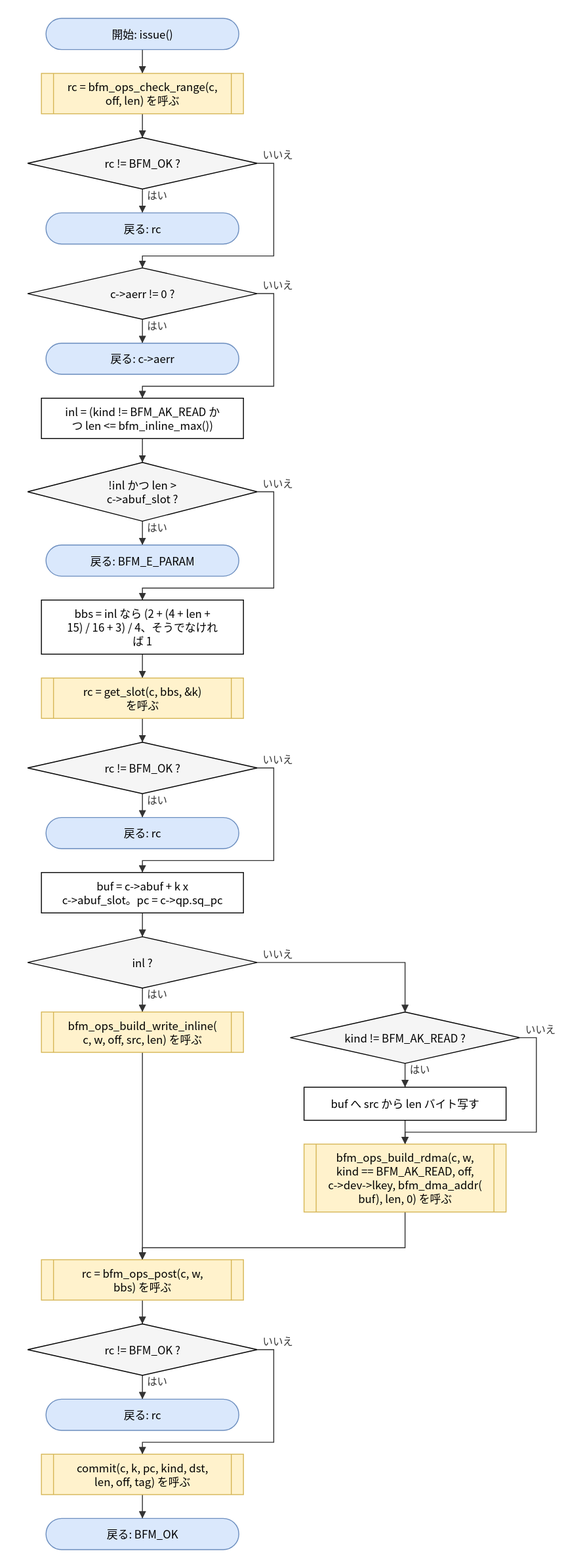
Above: doc/spec/images/flow_src_bfm_async-issue.drawio.svg in hf355051012-ai/bfmem (draw.io), before the change. Source tidied: cells renumbered, new cells last; positions are measured from the earlier drawing's top-left corner, leaving out a move shared by most shapes.
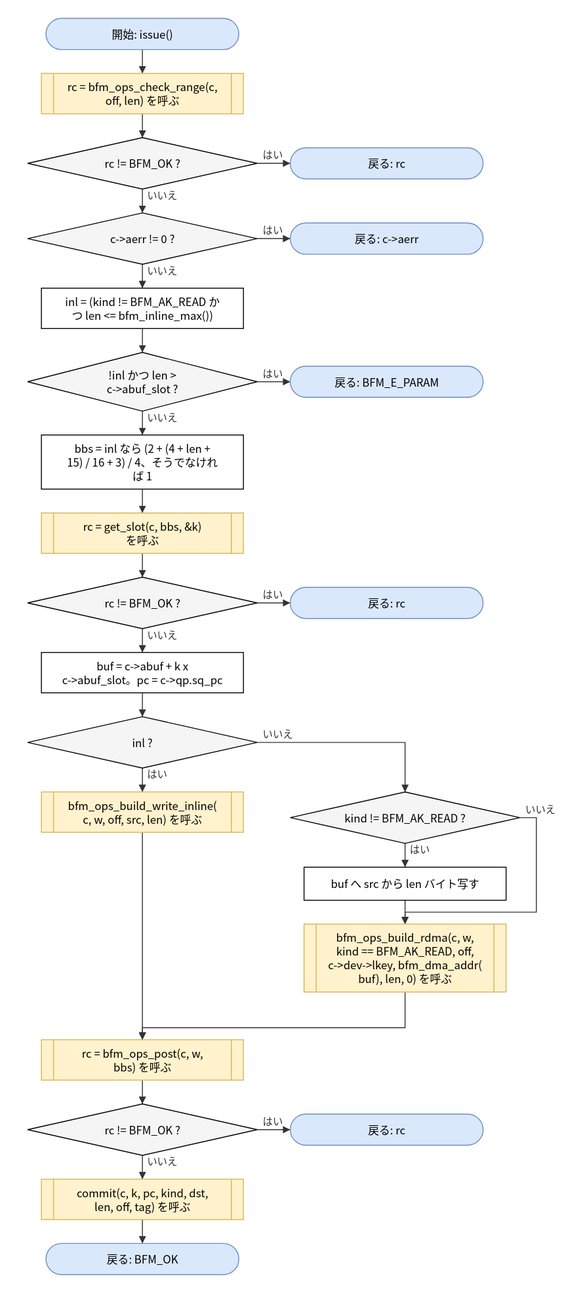
Above is the later version.

Diff of the diagram source:
```diff
@@ -12,67 +12,67 @@
       <mxGeometry y="130" width="250" height="56" as="geometry" />
     </mxCell>
     <mxCell id="5" value="戻る: rc" style="rounded=1;arcSize=50;whiteSpace=wrap;html=1;fillColor=#dae8fc;strokeColor=#6c8ebf;" parent="1" vertex="1">
-      <mxGeometry x="20" y="212" width="210" height="34" as="geometry" />
+      <mxGeometry x="286" y="141" width="210" height="34" as="geometry" />
     </mxCell>
     <mxCell id="6" value="c-&amp;gt;aerr != 0 ?" style="rhombus;whiteSpace=wrap;html=1;fillColor=#f5f5f5;" parent="1" vertex="1">
-      <mxGeometry y="272" width="250" height="56" as="geometry" />
+      <mxGeometry y="212" width="250" height="56" as="geometry" />
     </mxCell>
     <mxCell id="7" value="戻る: c-&amp;gt;aerr" style="rounded=1;arcSize=50;whiteSpace=wrap;html=1;fillColor=#dae8fc;strokeColor=#6c8ebf;" parent="1" vertex="1">
-      <mxGeometry x="20" y="354" width="210" height="34" as="geometry" />
+      <mxGeometry x="286" y="223" width="210" height="34" as="geometry" />
     </mxCell>
     <mxCell id="8" value="inl = (kind != BFM_AK_READ か&lt;br&gt;つ len &amp;lt;= bfm_inline_max())" style="rounded=0;whiteSpace=wrap;html=1;" parent="1" vertex="1">
-      <mxGeometry x="15" y="414" width="220" height="44" as="geometry" />
+      <mxGeometry x="15" y="294" width="220" height="44" as="geometry" />
     </mxCell>
     <mxCell id="9" value="!inl かつ len &amp;gt;&lt;br&gt;c-&amp;gt;abuf_slot ?" style="rhombus;whiteSpace=wrap;html=1;fillColor=#f5f5f5;" parent="1" vertex="1">
-      <mxGeometry y="484" width="250" height="64" as="geometry" />
+      <mxGeometry y="364" width="250" height="64" as="geometry" />
     </mxCell>
     <mxCell id="10" value="戻る: BFM_E_PARAM" style="rounded=1;arcSize=50;whiteSpace=wrap;html=1;fillColor=#dae8fc;strokeColor=#6c8ebf;" parent="1" vertex="1">
-      <mxGeometry x="20" y="574" width="210" height="34" as="geometry" />
+      <mxGeometry x="286" y="379" width="210" height="34" as="geometry" />
     </mxCell>
     <mxCell id="11" value="bbs = inl なら (2 + (4 + len +&lt;br&gt;15) / 16 + 3) / 4、そうでなけれ&lt;br&gt;ば 1" style="rounded=0;whiteSpace=wrap;html=1;" parent="1" vertex="1">
-      <mxGeometry x="15" y="634" width="220" height="59" as="geometry" />
+      <mxGeometry x="15" y="454" width="220" height="59" as="geometry" />
     </mxCell>
     <mxCell id="12" value="rc = get_slot(c, bbs, &amp;amp;k)&lt;br&gt;を呼ぶ" style="shape=process;whiteSpace=wrap;html=1;backgroundOutline=1;size=0.06;fillColor=#fff2cc;strokeColor=#d6b656;" parent="1" vertex="1">
-      <mxGeometry x="15" y="719" width="220" height="44" as="geometry" />
+      <mxGeometry x="15" y="539" width="220" height="44" as="geometry" />
     </mxCell>
     <mxCell id="13" value="rc != BFM_OK ?" style="rhombus;whiteSpace=wrap;html=1;fillColor=#f5f5f5;" parent="1" vertex="1">
-      <mxGeometry y="789" width="250" height="56" as="geometry" />
+      <mxGeometry y="609" width="250" height="56" as="geometry" />
     </mxCell>
     <mxCell id="14" value="戻る: rc" style="rounded=1;arcSize=50;whiteSpace=wrap;html=1;fillColor=#dae8fc;strokeColor=#6c8ebf;" parent="1" vertex="1">
-      <mxGeometry x="20" y="871" width="210" height="34" as="geometry" />
+      <mxGeometry x="286" y="620" width="210" height="34" as="geometry" />
     </mxCell>
     <mxCell id="15" value="buf = c-&amp;gt;abuf + k x&lt;br&gt;c-&amp;gt;abuf_slot。pc = c-&amp;gt;qp.sq_pc" style="rounded=0;whiteSpace=wrap;html=1;" parent="1" vertex="1">
-      <mxGeometry x="15" y="931" width="220" height="44" as="geometry" />
+      <mxGeometry x="15" y="691" width="220" height="44" as="geometry" />
     </mxCell>
     <mxCell id="16" value="inl ?" style="rhombus;whiteSpace=wrap;html=1;fillColor=#f5f5f5;" parent="1" vertex="1">
-      <mxGeometry y="1001" width="250" height="56" as="geometry" />
+      <mxGeometry y="761" width="250" height="56" as="geometry" />
     </mxCell>
     <mxCell id="17" value="bfm_ops_build_write_inline(&lt;br&gt;c, w, off, src, len) を呼ぶ" style="shape=process;whiteSpace=wrap;html=1;backgroundOutline=1;size=0.06;fillColor=#fff2cc;strokeColor=#d6b656;" parent="1" vertex="1">
-      <mxGeometry x="15" y="1083" width="220" height="44" as="geometry" />
+      <mxGeometry x="15" y="843" width="220" height="44" as="geometry" />
     </mxCell>
     <mxCell id="18" value="kind != BFM_AK_READ ?" style="rhombus;whiteSpace=wrap;html=1;fillColor=#f5f5f5;" parent="1" vertex="1">
-      <mxGeometry x="286" y="1083" width="250" height="56" as="geometry" />
+      <mxGeometry x="286" y="843" width="250" height="56" as="geometry" />
     </mxCell>
     <mxCell id="19" value="buf へ src から len バイト写す" style="rounded=0;whiteSpace=wrap;html=1;" parent="1" vertex="1">
-      <mxGeometry x="301" y="1165" width="220" height="36" as="geometry" />
+      <mxGeometry x="301" y="925" width="220" height="36" as="geometry" />
     </mxCell>
     <mxCell id="20" value="bfm_ops_build_rdma(c, w,&lt;br&gt;kind == BFM_AK_READ, off,&lt;br&gt;c-&amp;gt;dev-&amp;gt;lkey, bfm_dma_addr(&lt;br&gt;buf), len, 0) を呼ぶ" style="shape=process;whiteSpace=wrap;html=1;backgroundOutline=1;size=0.06;fillColor=#fff2cc;strokeColor=#d6b656;" parent="1" vertex="1">
-      <mxGeometry x="301" y="1227" width="220" height="74" as="geometry" />
+      <mxGeometry x="301" y="987" width="220" height="74" as="geometry" />
     </mxCell>
     <mxCell id="21" value="rc = bfm_ops_post(c, w,&lt;br&gt;bbs) を呼ぶ" style="shape=process;whiteSpace=wrap;html=1;backgroundOutline=1;size=0.06;fillColor=#fff2cc;strokeColor=#d6b656;" parent="1" vertex="1">
-      <mxGeometry x="15" y="1353" width="220" height="44" as="geometry" />
+      <mxGeometry x="15" y="1113" width="220" height="44" as="geometry" />
     </mxCell>
     <mxCell id="22" value="rc != BFM_OK ?" style="rhombus;whiteSpace=wrap;html=1;fillColor=#f5f5f5;" parent="1" vertex="1">
-      <mxGeometry y="1423" width="250" height="56" as="geometry" />
+      <mxGeometry y="1183" width="250" height="56" as="geometry" />
     </mxCell>
     <mxCell id="23" value="戻る: rc" style="rounded=1;arcSize=50;whiteSpace=wrap;html=1;fillColor=#dae8fc;strokeColor=#6c8ebf;" parent="1" vertex="1">
-      <mxGeometry x="20" y="1505" width="210" height="34" as="geometry" />
+      <mxGeometry x="286" y="1194" width="210" height="34" as="geometry" />
     </mxCell>
     <mxCell id="24" value="commit(c, k, pc, kind, dst,&lt;br&gt;len, off, tag) を呼ぶ" style="shape=process;whiteSpace=wrap;html=1;backgroundOutline=1;size=0.06;fillColor=#fff2cc;strokeColor=#d6b656;" parent="1" vertex="1">
-      <mxGeometry x="15" y="1565" width="220" height="44" as="geometry" />
+      <mxGeometry x="15" y="1265" width="220" height="44" as="geometry" />
     </mxCell>
     <mxCell id="25" value="戻る: BFM_OK" style="rounded=1;arcSize=50;whiteSpace=wrap;html=1;fillColor=#dae8fc;strokeColor=#6c8ebf;" parent="1" vertex="1">
-      <mxGeometry x="20" y="1635" width="210" height="34" as="geometry" />
+      <mxGeometry x="20" y="1335" width="210" height="34" as="geometry" />
     </mxCell>
     <mxCell id="26" style="edgeStyle=none;html=1;rounded=0;endArrow=block;endFill=1;exitX=0.5000;exitY=1.0000;exitDx=0;exitDy=0;exitPerimeter=0;entryX=0.5000;entryY=0.0000;entryDx=0;entryDy=0;entryPerimeter=0;" parent="1" edge="1" source="2" target="3">
       <mxGeometry relative="1" as="geometry" />
@@ -80,44 +80,26 @@
     <mxCell id="27" style="edgeStyle=none;html=1;rounded=0;endArrow=block;endFill=1;exitX=0.5000;exitY=1.0000;exitDx=0;exitDy=0;exitPerimeter=0;entryX=0.5000;entryY=0.0000;entryDx=0;entryDy=0;entryPerimeter=0;" parent="1" edge="1" source="3" target="4">
       <mxGeometry relative="1" as="geometry" />
     </mxCell>
-    <mxCell id="28" value="はい" style="edgeStyle=none;html=1;rounded=0;endArrow=block;endFill=1;exitX=0.5000;exitY=1.0000;exitDx=0;exitDy=0;exitPerimeter=0;entryX=0.5000;entryY=0.0000;entryDx=0;entryDy=0;entryPerimeter=0;" parent="1" edge="1" source="4" target="5">
+    <mxCell id="28" value="はい" style="edgeStyle=none;html=1;rounded=0;endArrow=block;endFill=1;exitX=1.0000;exitY=0.5000;exitDx=0;exitDy=0;exitPerimeter=0;entryX=0.0000;entryY=0.5000;entryDx=0;entryDy=0;entryPerimeter=0;" parent="1" edge="1" source="4" target="5">
       <mxGeometry relative="1" as="geometry" />
     </mxCell>
-    <mxCell id="29" value="いいえ" style="edgeStyle=none;html=1;rounded=0;endArrow=block;endFill=1;exitX=1.0000;exitY=0.5000;exitDx=0;exitDy=0;exitPerimeter=0;entryX=0.5000;entryY=0.0000;entryDx=0;entryDy=0;entryPerimeter=0;" parent="1" edge="1" source="4" target="6">
-      <mxGeometry relative="1" as="geometry">
-        <Array as="points">
-          <mxPoint x="268" y="158" />
-          <mxPoint x="268" y="259" />
-          <mxPoint x="125" y="259" />
-        </Array>
-      </mxGeometry>
+    <mxCell id="29" value="いいえ" style="edgeStyle=none;html=1;rounded=0;endArrow=block;endFill=1;exitX=0.5000;exitY=1.0000;exitDx=0;exitDy=0;exitPerimeter=0;entryX=0.5000;entryY=0.0000;entryDx=0;entryDy=0;entryPerimeter=0;" parent="1" edge="1" source="4" target="6">
+      <mxGeometry relative="1" as="geometry" />
     </mxCell>
-    <mxCell id="30" value="はい" style="edgeStyle=none;html=1;rounded=0;endArrow=block;endFill=1;exitX=0.5000;exitY=1.0000;exitDx=0;exitDy=0;exitPerimeter=0;entryX=0.5000;entryY=0.0000;entryDx=0;entryDy=0;entryPerimeter=0;" parent="1" edge="1" source="6" target="7">
+    <mxCell id="30" value="はい" style="edgeStyle=none;html=1;rounded=0;endArrow=block;endFill=1;exitX=1.0000;exitY=0.5000;exitDx=0;exitDy=0;exitPerimeter=0;entryX=0.0000;entryY=0.5000;entryDx=0;entryDy=0;entryPerimeter=0;" parent="1" edge="1" source="6" target="7">
       <mxGeometry relative="1" as="geometry" />
     </mxCell>
-    <mxCell id="31" value="いいえ" style="edgeStyle=none;html=1;rounded=0;endArrow=block;endFill=1;exitX=1.0000;exitY=0.5000;exitDx=0;exitDy=0;exitPerimeter=0;entryX=0.5000;entryY=0.0000;entryDx=0;entryDy=0;entryPerimeter=0;" parent="1" edge="1" source="6" target="8">
-      <mxGeometry relative="1" as="geometry">
-        <Array as="points">
-          <mxPoint x="268" y="300" />
-          <mxPoint x="268" y="401" />
-          <mxPoint x="125" y="401" />
-        </Array>
-      </mxGeometry>
+    <mxCell id="31" value="いいえ" style="edgeStyle=none;html=1;rounded=0;endArrow=block;endFill=1;exitX=0.5000;exitY=1.0000;exitDx=0;exitDy=0;exitPerimeter=0;entryX=0.5000;entryY=0.0000;entryDx=0;entryDy=0;entryPerimeter=0;" parent="1" edge="1" source="6" target="8">
+      <mxGeometry relative="1" as="geometry" />
     </mxCell>
     <mxCell id="32" style="edgeStyle=none;html=1;rounded=0;endArrow=block;endFill=1;exitX=0.5000;exitY=1.0000;exitDx=0;exitDy=0;exitPerimeter=0;entryX=0.5000;entryY=0.0000;entryDx=0;entryDy=0;entryPerimeter=0;" parent="1" edge="1" source="8" target="9">
       <mxGeometry relative="1" as="geometry" />
     </mxCell>
-    <mxCell id="33" value="はい" style="edgeStyle=none;html=1;rounded=0;endArrow=block;endFill=1;exitX=0.5000;exitY=1.0000;exitDx=0;exitDy=0;exitPerimeter=0;entryX=0.5000;entryY=0.0000;entryDx=0;entryDy=0;entryPerimeter=0;" parent="1" edge="1" source="9" target="10">
+    <mxCell id="33" value="はい" style="edgeStyle=none;html=1;rounded=0;endArrow=block;endFill=1;exitX=1.0000;exitY=0.5000;exitDx=0;exitDy=0;exitPerimeter=0;entryX=0.0000;entryY=0.5000;entryDx=0;entryDy=0;entryPerimeter=0;" parent="1" edge="1" source="9" target="10">
       <mxGeometry relative="1" as="geometry" />
     </mxCell>
-    <mxCell id="34" value="いいえ" style="edgeStyle=none;html=1;rounded=0;endArrow=block;endFill=1;exitX=1.0000;exitY=0.5000;exitDx=0;exitDy=0;exitPerimeter=0;entryX=0.5000;entryY=0.0000;entryDx=0;entryDy=0;entryPerimeter=0;" parent="1" edge="1" source="9" target="11">
-      <mxGeometry relative="1" as="geometry">
-        <Array as="points">
-          <mxPoint x="268" y="516" />
-          <mxPoint x="268" y="621" />
-          <mxPoint x="125" y="621" />
-        </Array>
-      </mxGeometry>
+    <mxCell id="34" value="いいえ" style="edgeStyle=none;html=1;rounded=0;endArrow=block;endFill=1;exitX=0.5000;exitY=1.0000;exitDx=0;exitDy=0;exitPerimeter=0;entryX=0.5000;entryY=0.0000;entryDx=0;entryDy=0;entryPerimeter=0;" parent="1" edge="1" source="9" target="11">
+      <mxGeometry relative="1" as="geometry" />
     </mxCell>
     <mxCell id="35" style="edgeStyle=none;html=1;rounded=0;endArrow=block;endFill=1;exitX=0.5000;exitY=1.0000;exitDx=0;exitDy=0;exitPerimeter=0;entryX=0.5000;entryY=0.0000;entryDx=0;entryDy=0;entryPerimeter=0;" parent="1" edge="1" source="11" target="12">
       <mxGeometry relative="1" as="geometry" />
@@ -125,17 +107,11 @@
     <mxCell id="36" style="edgeStyle=none;html=1;rounded=0;endArrow=block;endFill=1;exitX=0.5000;exitY=1.0000;exitDx=0;exitDy=0;exitPerimeter=0;entryX=0.5000;entryY=0.0000;entryDx=0;entryDy=0;entryPerimeter=0;" parent="1" edge="1" source="12" target="13">
       <mxGeometry relative="1" as="geometry" />
     </mxCell>
-    <mxCell id="37" value="はい" style="edgeStyle=none;html=1;rounded=0;endArrow=block;endFill=1;exitX=0.5000;exitY=1.0000;exitDx=0;exitDy=0;exitPerimeter=0;entryX=0.5000;entryY=0.0000;entryDx=0;entryDy=0;entryPerimeter=0;" parent="1" edge="1" source="13" target="14">
+    <mxCell id="37" value="はい" style="edgeStyle=none;html=1;rounded=0;endArrow=block;endFill=1;exitX=1.0000;exitY=0.5000;exitDx=0;exitDy=0;exitPerimeter=0;entryX=0.0000;entryY=0.5000;entryDx=0;entryDy=0;entryPerimeter=0;" parent="1" edge="1" source="13" target="14">
       <mxGeometry relative="1" as="geometry" />
     </mxCell>
-    <mxCell id="38" value="いいえ" style="edgeStyle=none;html=1;rounded=0;endArrow=block;endFill=1;exitX=1.0000;exitY=0.5000;exitDx=0;exitDy=0;exitPerimeter=0;entryX=0.5000;entryY=0.0000;entryDx=0;entryDy=0;entryPerimeter=0;" parent="1" edge="1" source="13" target="15">
-      <mxGeometry relative="1" as="geometry">
-        <Array as="points">
-          <mxPoint x="268" y="817" />
-          <mxPoint x="268" y="918" />
-          <mxPoint x="125" y="918" />
-        </Array>
-      </mxGeometry>
+    <mxCell id="38" value="いいえ" style="edgeStyle=none;html=1;rounded=0;endArrow=block;endFill=1;exitX=0.5000;exitY=1.0000;exitDx=0;exitDy=0;exitPerimeter=0;entryX=0.5000;entryY=0.0000;entryDx=0;entryDy=0;entryPerimeter=0;" parent="1" edge="1" source="13" target="15">
+      <mxGeometry relative="1" as="geometry" />
     </mxCell>
     <mxCell id="39" style="edgeStyle=none;html=1;rounded=0;endArrow=block;endFill=1;exitX=0.5000;exitY=1.0000;exitDx=0;exitDy=0;exitPerimeter=0;entryX=0.5000;entryY=0.0000;entryDx=0;entryDy=0;entryPerimeter=0;" parent="1" edge="1" source="15" target="16">
       <mxGeometry relative="1" as="geometry" />
@@ -146,7 +122,7 @@
     <mxCell id="41" value="いいえ" style="edgeStyle=none;html=1;rounded=0;endArrow=block;endFill=1;exitX=1.0000;exitY=0.5000;exitDx=0;exitDy=0;exitPerimeter=0;entryX=0.5000;entryY=0.0000;entryDx=0;entryDy=0;entryPerimeter=0;" parent="1" edge="1" source="16" target="18">
       <mxGeometry relative="1" as="geometry">
         <Array as="points">
-          <mxPoint x="411" y="1029" />
+          <mxPoint x="411" y="789" />
         </Array>
       </mxGeometry>
     </mxCell>
@@ -159,9 +135,9 @@
     <mxCell id="44" value="いいえ" style="edgeStyle=none;html=1;rounded=0;endArrow=block;endFill=1;exitX=1.0000;exitY=0.5000;exitDx=0;exitDy=0;exitPerimeter=0;entryX=0.5000;entryY=0.0000;entryDx=0;entryDy=0;entryPerimeter=0;" parent="1" edge="1" source="18" target="20">
       <mxGeometry relative="1" as="geometry">
         <Array as="points">
-          <mxPoint x="554" y="1111" />
-          <mxPoint x="554" y="1214" />
-          <mxPoint x="411" y="1214" />
+          <mxPoint x="554" y="871" />
+          <mxPoint x="554" y="974" />
+          <mxPoint x="411" y="974" />
         </Array>
       </mxGeometry>
     </mxCell>
@@ -171,25 +147,19 @@
     <mxCell id="46" style="edgeStyle=none;html=1;rounded=0;endArrow=block;endFill=1;exitX=0.5000;exitY=1.0000;exitDx=0;exitDy=0;exitPerimeter=0;entryX=0.5000;entryY=0.0000;entryDx=0;entryDy=0;entryPerimeter=0;" parent="1" edge="1" source="20" target="21">
       <mxGeometry relative="1" as="geometry">
         <Array as="points">
-          <mxPoint x="411" y="1340" />
-          <mxPoint x="125" y="1340" />
+          <mxPoint x="411" y="1100" />
+          <mxPoint x="125" y="1100" />
         </Array>
       </mxGeometry>
     </mxCell>
     <mxCell id="47" style="edgeStyle=none;html=1;rounded=0;endArrow=block;endFill=1;exitX=0.5000;exitY=1.0000;exitDx=0;exitDy=0;exitPerimeter=0;entryX=0.5000;entryY=0.0000;entryDx=0;entryDy=0;entryPerimeter=0;" parent="1" edge="1" source="21" target="22">
       <mxGeometry relative="1" as="geometry" />
     </mxCell>
-    <mxCell id="48" value="はい" style="edgeStyle=none;html=1;rounded=0;endArrow=block;endFill=1;exitX=0.5000;exitY=1.0000;exitDx=0;exitDy=0;exitPerimeter=0;entryX=0.5000;entryY=0.0000;entryDx=0;entryDy=0;entryPerimeter=0;" parent="1" edge="1" source="22" target="23">
+    <mxCell id="48" value="はい" style="edgeStyle=none;html=1;rounded=0;endArrow=block;endFill=1;exitX=1.0000;exitY=0.5000;exitDx=0;exitDy=0;exitPerimeter=0;entryX=0.0000;entryY=0.5000;entryDx=0;entryDy=0;entryPerimeter=0;" parent="1" edge="1" source="22" target="23">
       <mxGeometry relative="1" as="geometry" />
     </mxCell>
-    <mxCell id="49" value="いいえ" style="edgeStyle=none;html=1;rounded=0;endArrow=block;endFill=1;exitX=1.0000;exitY=0.5000;exitDx=0;exitDy=0;exitPerimeter=0;entryX=0.5000;entryY=0.0000;entryDx=0;entryDy=0;entryPerimeter=0;" parent="1" edge="1" source="22" target="24">
-      <mxGeometry relative="1" as="geometry">
-        <Array as="points">
-          <mxPoint x="268" y="1451" />
-          <mxPoint x="268" y="1552" />
-          <mxPoint x="125" y="1552" />
-        </Array>
-      </mxGeometry>
+    <mxCell id="49" value="いいえ" style="edgeStyle=none;html=1;rounded=0;endArrow=block;endFill=1;exitX=0.5000;exitY=1.0000;exitDx=0;exitDy=0;exitPerimeter=0;entryX=0.5000;entryY=0.0000;entryDx=0;entryDy=0;entryPerimeter=0;" parent="1" edge="1" source="22" target="24">
+      <mxGeometry relative="1" as="geometry" />
     </mxCell>
     <mxCell id="50" style="edgeStyle=none;html=1;rounded=0;endArrow=block;endFill=1;exitX=0.5000;exitY=1.0000;exitDx=0;exitDy=0;exitPerimeter=0;entryX=0.5000;entryY=0.0000;entryDx=0;entryDy=0;entryPerimeter=0;" parent="1" edge="1" source="24" target="25">
       <mxGeometry relative="1" as="geometry" />
```
